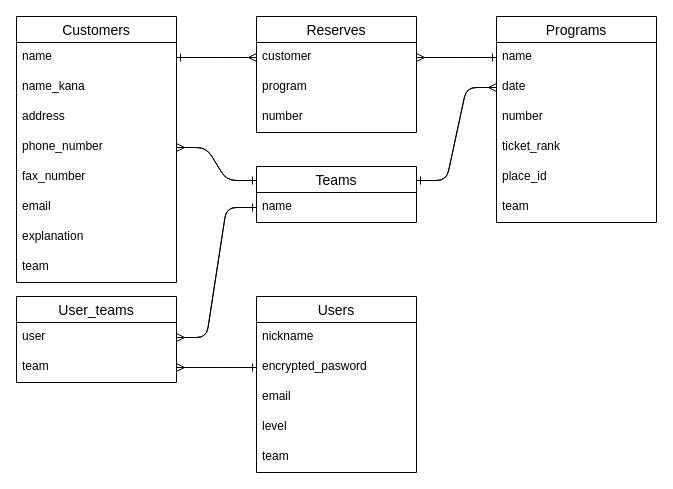
The draw.io diagram ER.dio in hachiko38101/ticket_bunch, before the edit. Source tidied: cells renumbered, new cells numbered last; positions are measured from the earlier drawing's top-left corner, leaving out a move shared by most shapes. Both pictures are drawn from the tidied source at 100%, with x=0, y=0 at pixel (16, 16).
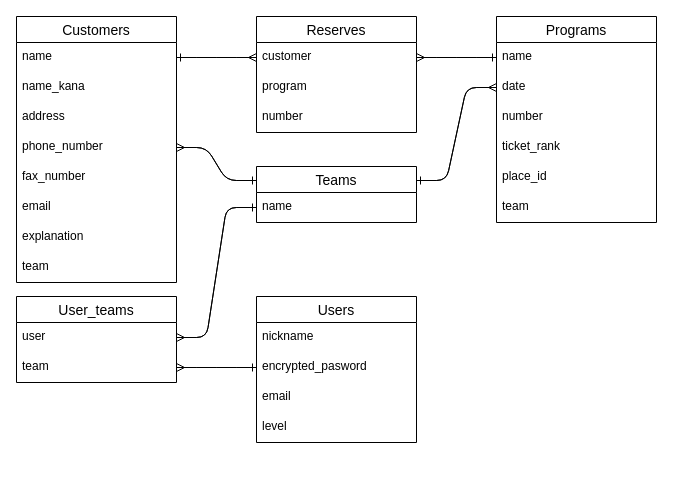
Above is the later version.

Commit message (it also covers changes not shown here):
ER図/READMEの修正

What changed in the source:
```diff
@@
     <mxCell id="18" value="Users" style="swimlane;fontStyle=0;horizontal=1;startSize=26;align=center;fontSize=14;" parent="1" vertex="1">
-      <mxGeometry x="240" y="280" width="160" height="176" as="geometry" />
+      <mxGeometry x="240" y="280" width="160" height="146" as="geometry" />
     </mxCell>
@@
-    <mxCell id="23" value="team" style="text;strokeColor=none;fillColor=none;spacingLeft=4;spacingRight=4;overflow=hidden;fontSize=12;" parent="18" vertex="1">
-      <mxGeometry y="146" width="160" height="30" as="geometry" />
-    </mxCell>
```
